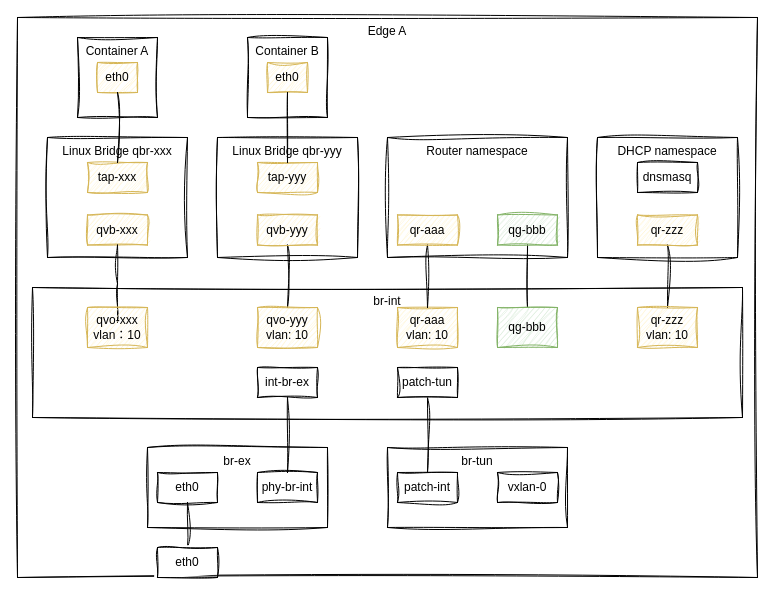
Earlier version of the draw.io diagram page "单节点同一子网" (1 of 5) of 网络虚拟化v2.drawio (wangkuntian/draw). Source tidied: cells renumbered, new cells numbered last; positions are measured from the earlier drawing's top-left corner, leaving out a move shared by most shapes. Both pictures are drawn from the tidied source at 100%, with x=0, y=0 at pixel (17, 17).
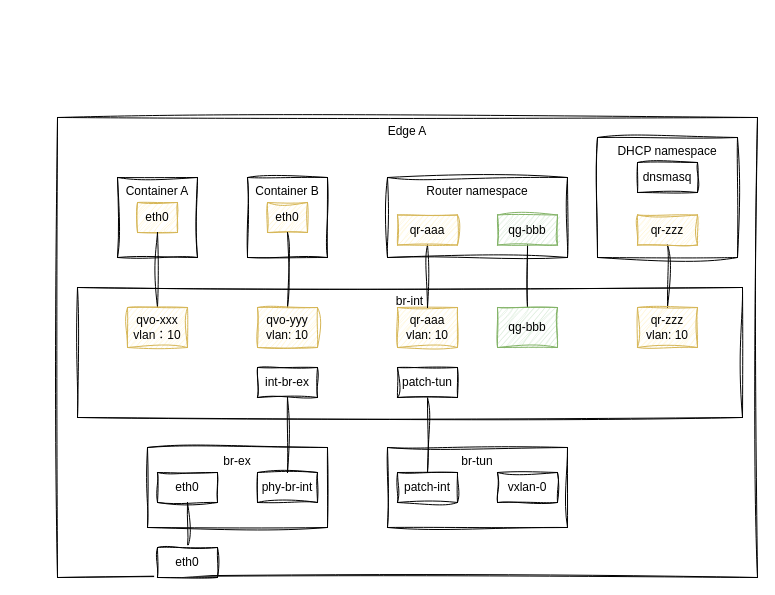
Above is the later version.

Commit message:
Update 网络虚拟化v2.drawio

Unchanged cells that the change refers to:
```xml
<mxCell id="38" value="qvo-yyy&lt;br&gt;vlan: 10" style="rounded=0;whiteSpace=wrap;html=1;labelBackgroundColor=none;sketch=1;curveFitting=1;jiggle=2;fillColor=#fff2cc;strokeColor=#d6b656;" parent="1" vertex="1">
  <mxGeometry x="240" y="290" width="60" height="40" as="geometry" />
</mxCell>
```

What changed in the source:
```diff
@@
     <mxCell id="2" value="Edge A" style="rounded=0;whiteSpace=wrap;html=1;verticalAlign=top;labelBackgroundColor=none;sketch=1;curveFitting=1;jiggle=2;fillColor=none;" parent="1" vertex="1">
-      <mxGeometry width="740" height="560" as="geometry" />
+      <mxGeometry x="40" y="100" width="700" height="460" as="geometry" />
     </mxCell>
     <mxCell id="3" value="Container A" style="whiteSpace=wrap;html=1;verticalAlign=top;align=center;fontFamily=Helvetica;fontSize=12;labelBackgroundColor=none;sketch=1;curveFitting=1;jiggle=2;rounded=0;fillColor=none;" parent="1" vertex="1">
-      <mxGeometry x="60" y="20" width="80" height="80" as="geometry" />
+      <mxGeometry x="100" y="160" width="80" height="80" as="geometry" />
     </mxCell>
     <mxCell id="4" value="eth0" style="rounded=0;whiteSpace=wrap;html=1;labelBackgroundColor=none;sketch=1;curveFitting=1;jiggle=2;fillColor=#fff2cc;strokeColor=#d6b656;" parent="1" vertex="1">
-      <mxGeometry x="80" y="45" width="40" height="30" as="geometry" />
+      <mxGeometry x="120" y="185" width="40" height="30" as="geometry" />
     </mxCell>
-    <mxCell id="5" value="Linux Bridge qbr-xxx" style="rounded=0;whiteSpace=wrap;html=1;verticalAlign=top;labelBackgroundColor=none;sketch=1;curveFitting=1;jiggle=2;fillColor=none;" parent="1" vertex="1">
-      <mxGeometry x="30" y="120" width="140" height="120" as="geometry" />
-    </mxCell>
-    <mxCell id="6" value="tap-xxx" style="rounded=0;whiteSpace=wrap;html=1;labelBackgroundColor=none;sketch=1;curveFitting=1;jiggle=2;fillColor=#fff2cc;strokeColor=#d6b656;" parent="1" vertex="1">
-      <mxGeometry x="70" y="145" width="60" height="30" as="geometry" />
-    </mxCell>
-    <mxCell id="7" value="qvb-xxx" style="rounded=0;whiteSpace=wrap;html=1;labelBackgroundColor=none;sketch=1;curveFitting=1;jiggle=2;fillColor=#fff2cc;strokeColor=#d6b656;" parent="1" vertex="1">
-      <mxGeometry x="70" y="197.5" width="60" height="30" as="geometry" />
-    </mxCell>
     <mxCell id="8" value="br-int" style="rounded=0;whiteSpace=wrap;html=1;verticalAlign=top;labelBackgroundColor=none;sketch=1;curveFitting=1;jiggle=2;fillColor=none;" parent="1" vertex="1">
-      <mxGeometry x="15" y="270" width="710" height="130" as="geometry" />
+      <mxGeometry x="60" y="270" width="665" height="130" as="geometry" />
     </mxCell>
@@
     <mxCell id="15" value="Router namespace" style="rounded=0;whiteSpace=wrap;html=1;verticalAlign=top;labelBackgroundColor=none;sketch=1;curveFitting=1;jiggle=2;fillColor=none;" parent="1" vertex="1">
-      <mxGeometry x="370" y="120" width="180" height="120" as="geometry" />
+      <mxGeometry x="370" y="160" width="180" height="80" as="geometry" />
     </mxCell>
@@
-    <mxCell id="24" style="rounded=0;jettySize=auto;html=1;endArrow=none;endFill=1;startFill=0;edgeStyle=orthogonalEdgeStyle;labelBackgroundColor=none;fontColor=default;sketch=1;curveFitting=1;jiggle=2;" parent="1" edge="1" source="4" target="6">
-      <mxGeometry relative="1" as="geometry" />
-    </mxCell>
-    <mxCell id="25" style="edgeStyle=orthogonalEdgeStyle;rounded=0;jettySize=auto;html=1;entryX=0.5;entryY=0;entryDx=0;entryDy=0;endArrow=none;startFill=0;labelBackgroundColor=none;fontColor=default;sketch=1;curveFitting=1;jiggle=2;" parent="1" edge="1" source="7">
-      <mxGeometry relative="1" as="geometry">
-        <mxPoint x="100" y="305" as="targetPoint" />
-      </mxGeometry>
+    <mxCell id="25" style="edgeStyle=orthogonalEdgeStyle;rounded=0;jettySize=auto;html=1;entryX=0.5;entryY=0;entryDx=0;entryDy=0;endArrow=none;startFill=0;labelBackgroundColor=none;fontColor=default;sketch=1;curveFitting=1;jiggle=2;exitX=0.5;exitY=1;exitDx=0;exitDy=0;" parent="1" edge="1" source="4" target="37">
+      <mxGeometry relative="1" as="geometry" />
     </mxCell>
@@
     <mxCell id="30" value="Container B" style="whiteSpace=wrap;html=1;verticalAlign=top;align=center;fontFamily=Helvetica;fontSize=12;labelBackgroundColor=none;sketch=1;curveFitting=1;jiggle=2;rounded=0;fillColor=none;" parent="1" vertex="1">
-      <mxGeometry x="230" y="20" width="80" height="80" as="geometry" />
+      <mxGeometry x="230" y="160" width="80" height="80" as="geometry" />
     </mxCell>
     <mxCell id="31" value="eth0" style="rounded=0;whiteSpace=wrap;html=1;labelBackgroundColor=none;sketch=1;curveFitting=1;jiggle=2;fillColor=#fff2cc;strokeColor=#d6b656;" parent="1" vertex="1">
-      <mxGeometry x="250" y="45" width="40" height="30" as="geometry" />
+      <mxGeometry x="250" y="185" width="40" height="30" as="geometry" />
     </mxCell>
-    <mxCell id="32" value="Linux Bridge qbr-yyy" style="rounded=0;whiteSpace=wrap;html=1;verticalAlign=top;labelBackgroundColor=none;sketch=1;curveFitting=1;jiggle=2;fillColor=none;" parent="1" vertex="1">
-      <mxGeometry x="200" y="120" width="140" height="120" as="geometry" />
-    </mxCell>
-    <mxCell id="33" value="tap-yyy" style="rounded=0;whiteSpace=wrap;html=1;labelBackgroundColor=none;sketch=1;curveFitting=1;jiggle=2;fillColor=#fff2cc;strokeColor=#d6b656;" parent="1" vertex="1">
-      <mxGeometry x="240" y="145" width="60" height="30" as="geometry" />
-    </mxCell>
-    <mxCell id="34" style="edgeStyle=orthogonalEdgeStyle;rounded=0;jettySize=auto;html=1;endArrow=none;startFill=0;labelBackgroundColor=none;fontColor=default;sketch=1;curveFitting=1;jiggle=2;" parent="1" edge="1" source="35" target="38">
+    <mxCell id="34" style="edgeStyle=orthogonalEdgeStyle;rounded=0;jettySize=auto;html=1;endArrow=none;startFill=0;labelBackgroundColor=none;fontColor=default;sketch=1;curveFitting=1;jiggle=2;exitX=0.5;exitY=1;exitDx=0;exitDy=0;" parent="1" edge="1" source="31" target="38">
       <mxGeometry relative="1" as="geometry" />
     </mxCell>
-    <mxCell id="35" value="qvb-yyy" style="rounded=0;whiteSpace=wrap;html=1;labelBackgroundColor=none;sketch=1;curveFitting=1;jiggle=2;fillColor=#fff2cc;strokeColor=#d6b656;" parent="1" vertex="1">
-      <mxGeometry x="240" y="197.5" width="60" height="30" as="geometry" />
-    </mxCell>
-    <mxCell id="36" style="rounded=0;jettySize=auto;html=1;endArrow=none;endFill=1;startFill=0;edgeStyle=orthogonalEdgeStyle;labelBackgroundColor=none;fontColor=default;sketch=1;curveFitting=1;jiggle=2;" parent="1" edge="1" source="31" target="33">
-      <mxGeometry relative="1" as="geometry" />
-    </mxCell>
     <mxCell id="37" value="qvo-xxx&lt;br&gt;vlan：10" style="rounded=0;whiteSpace=wrap;html=1;labelBackgroundColor=none;sketch=1;curveFitting=1;jiggle=2;fillColor=#fff2cc;strokeColor=#d6b656;" parent="1" vertex="1">
-      <mxGeometry x="70" y="290" width="60" height="40" as="geometry" />
+      <mxGeometry x="110" y="290" width="60" height="40" as="geometry" />
     </mxCell>
```
